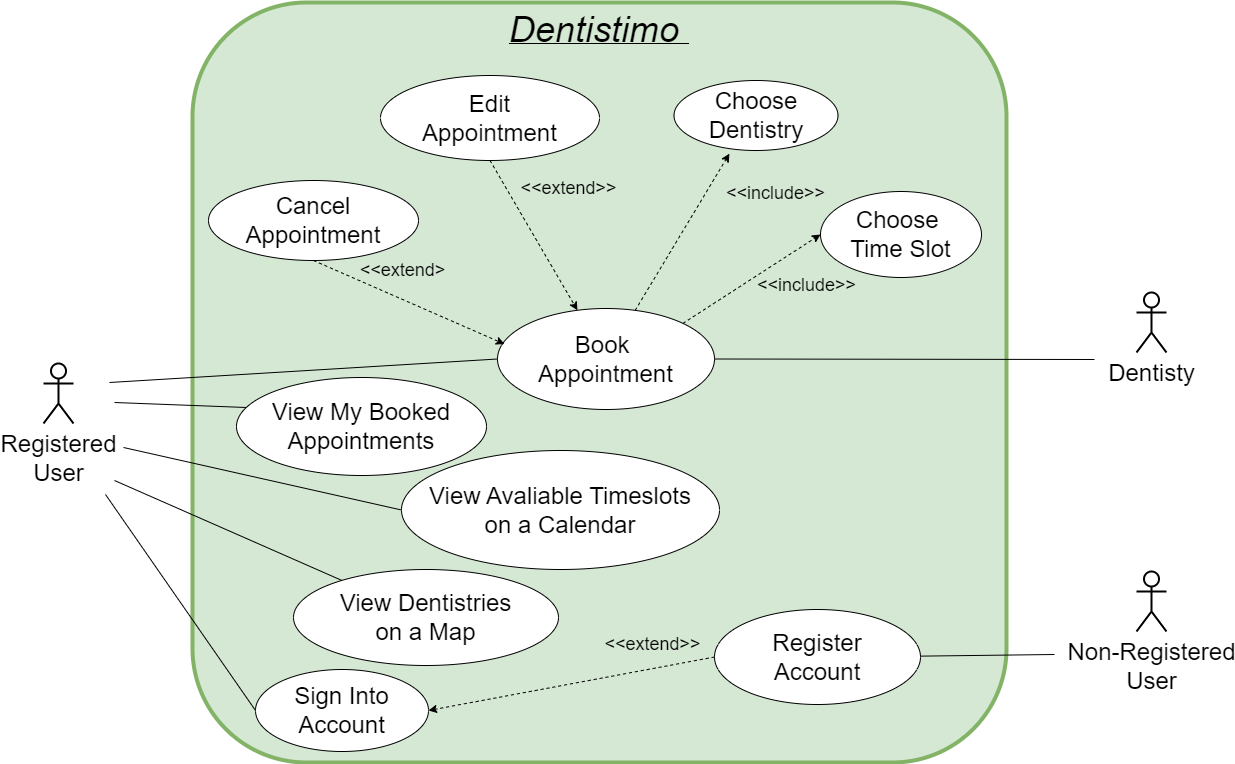
This is Diagrams/T2_Use_Case_diagram.png from TheRealKwabena/T2-Documentation, a draw.io export, as it was before one commit. Source tidied: cells renumbered, new cells last; positions are measured from the earlier drawing's top-left corner, leaving out a move shared by most shapes.
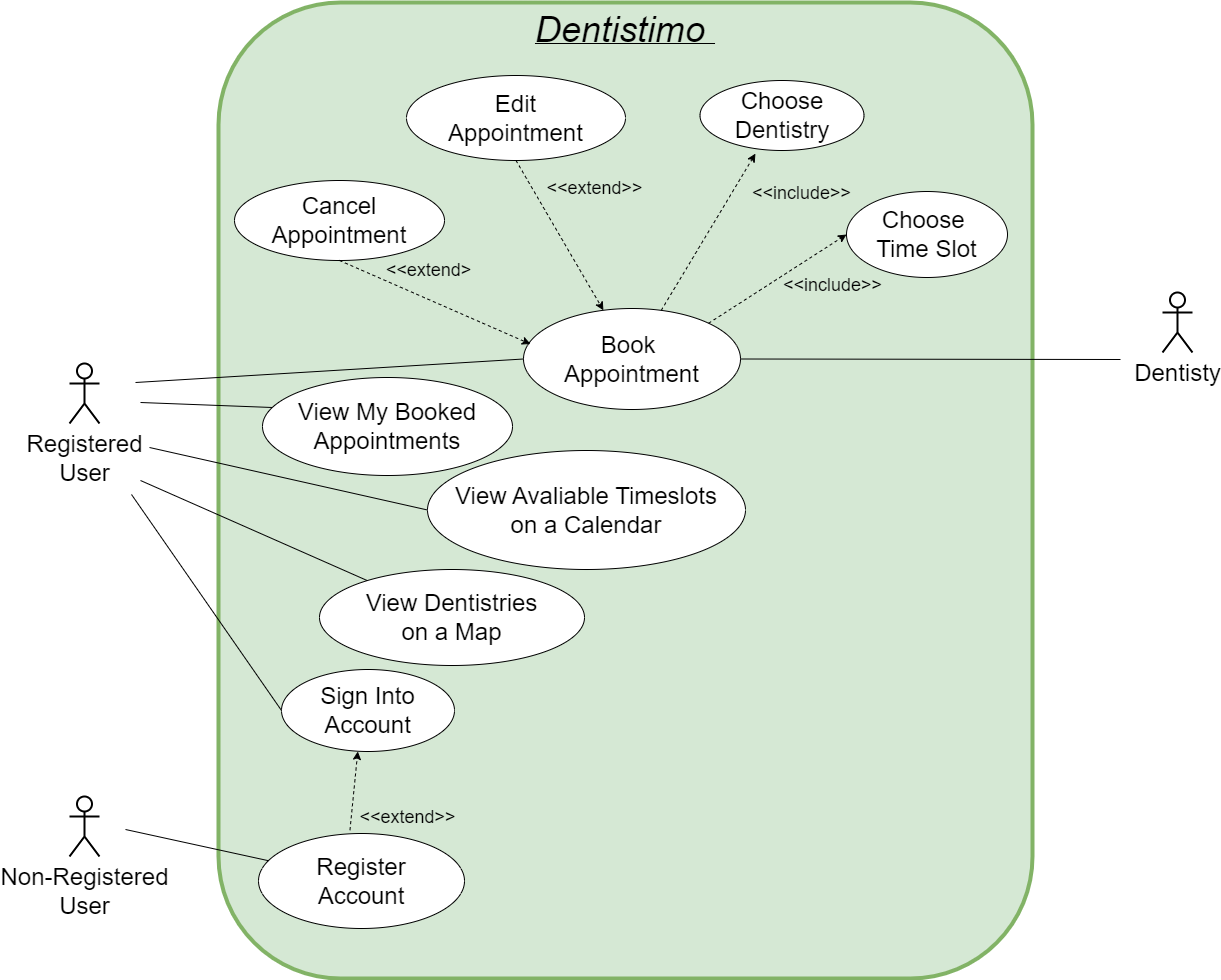
After the change.

Commit message:
Upload updated Use Case diagram (07-01-2023)

Diff of the diagram source:
```diff
@@ -3,7 +3,7 @@
     <mxCell id="0" />
     <mxCell id="1" parent="0" />
     <mxCell id="2" style="rounded=1;whiteSpace=wrap;html=1;fillColor=#d5e8d4;strokeColor=#82b366;strokeWidth=4;" parent="1" vertex="1">
-      <mxGeometry x="149" width="814" height="760" as="geometry" />
+      <mxGeometry x="149" width="814" height="976" as="geometry" />
     </mxCell>
     <mxCell id="3" value="&lt;font style=&quot;font-size: 36px;&quot;&gt;&lt;i style=&quot;&quot;&gt;Dentistimo&amp;nbsp;&lt;/i&gt;&lt;/font&gt;" style="text;html=1;align=center;verticalAlign=middle;whiteSpace=wrap;rounded=0;fontStyle=4;" parent="1" vertex="1">
       <mxGeometry x="526" y="12" width="60" height="30" as="geometry" />
@@ -21,11 +21,11 @@
       <mxGeometry x="1093" y="290" width="30" height="60" as="geometry" />
     </mxCell>
     <mxCell id="8" value="Register&lt;br&gt;Account" style="ellipse;whiteSpace=wrap;html=1;fontSize=24;" parent="1" vertex="1">
-      <mxGeometry x="671" y="607" width="206" height="95" as="geometry" />
+      <mxGeometry x="189" y="831" width="206" height="95" as="geometry" />
     </mxCell>
     <mxCell id="9" style="endArrow=none;html=1;rounded=0;fontSize=24;" parent="1" edge="1" target="8">
       <mxGeometry relative="1" as="geometry">
-        <mxPoint x="1011" y="652" as="sourcePoint" />
+        <mxPoint x="56" y="827" as="sourcePoint" />
       </mxGeometry>
     </mxCell>
     <mxCell id="10" value="View Dentistries &lt;br&gt;on a Map" style="ellipse;whiteSpace=wrap;html=1;fontSize=24;" parent="1" vertex="1">
@@ -81,7 +81,7 @@
       <mxGeometry x="707" y="266" width="113" height="30" as="geometry" />
     </mxCell>
     <mxCell id="26" value="Non-Registered&lt;br&gt;User" style="shape=umlActor;verticalLabelPosition=bottom;verticalAlign=top;html=1;fontSize=24;strokeWidth=2;" parent="1" vertex="1">
-      <mxGeometry x="1093" y="569" width="30" height="60" as="geometry" />
+      <mxGeometry y="794" width="30" height="60" as="geometry" />
     </mxCell>
     <mxCell id="27" value="View Avaliable Timeslots&lt;br&gt;on a Calendar" style="ellipse;whiteSpace=wrap;html=1;fontSize=24;" parent="1" vertex="1">
       <mxGeometry x="358" y="448" width="318" height="119" as="geometry" />
@@ -107,11 +107,11 @@
         <mxPoint x="66" y="380" as="sourcePoint" />
       </mxGeometry>
     </mxCell>
-    <mxCell id="32" style="endArrow=classic;html=1;rounded=0;fontSize=24;exitX=0;exitY=0.5;exitDx=0;exitDy=0;dashed=1;entryX=1;entryY=0.5;entryDx=0;entryDy=0;" parent="1" edge="1" source="8" target="21">
+    <mxCell id="32" style="endArrow=classic;html=1;rounded=0;fontSize=24;exitX=0.444;exitY=-0.035;exitDx=0;exitDy=0;dashed=1;exitPerimeter=0;entryX=0.441;entryY=0.999;entryDx=0;entryDy=0;entryPerimeter=0;" parent="1" edge="1" source="8" target="21">
       <mxGeometry relative="1" as="geometry" />
     </mxCell>
     <mxCell id="33" value="&lt;font style=&quot;font-size: 18px;&quot;&gt;&amp;lt;&amp;lt;extend&amp;gt;&amp;gt;&lt;/font&gt;" style="text;html=1;strokeColor=none;fillColor=none;align=center;verticalAlign=middle;whiteSpace=wrap;rounded=0;fontSize=24;" parent="1" vertex="1">
-      <mxGeometry x="553" y="625" width="113" height="30" as="geometry" />
+      <mxGeometry x="282" y="798" width="113" height="30" as="geometry" />
     </mxCell>
   </root>
 </mxGraphModel>
```
